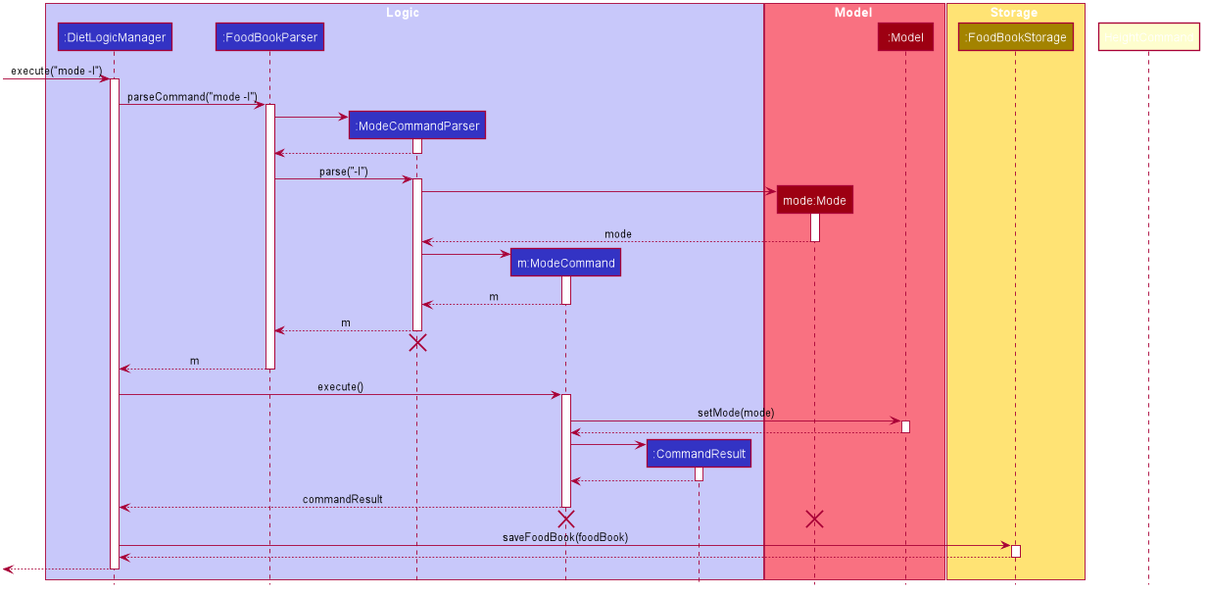
Above: images/DietTrackerModeCommandSequenceDiagram.png in AY1920S2-CS2103T-W13-1/main (PlantUML), before the change.
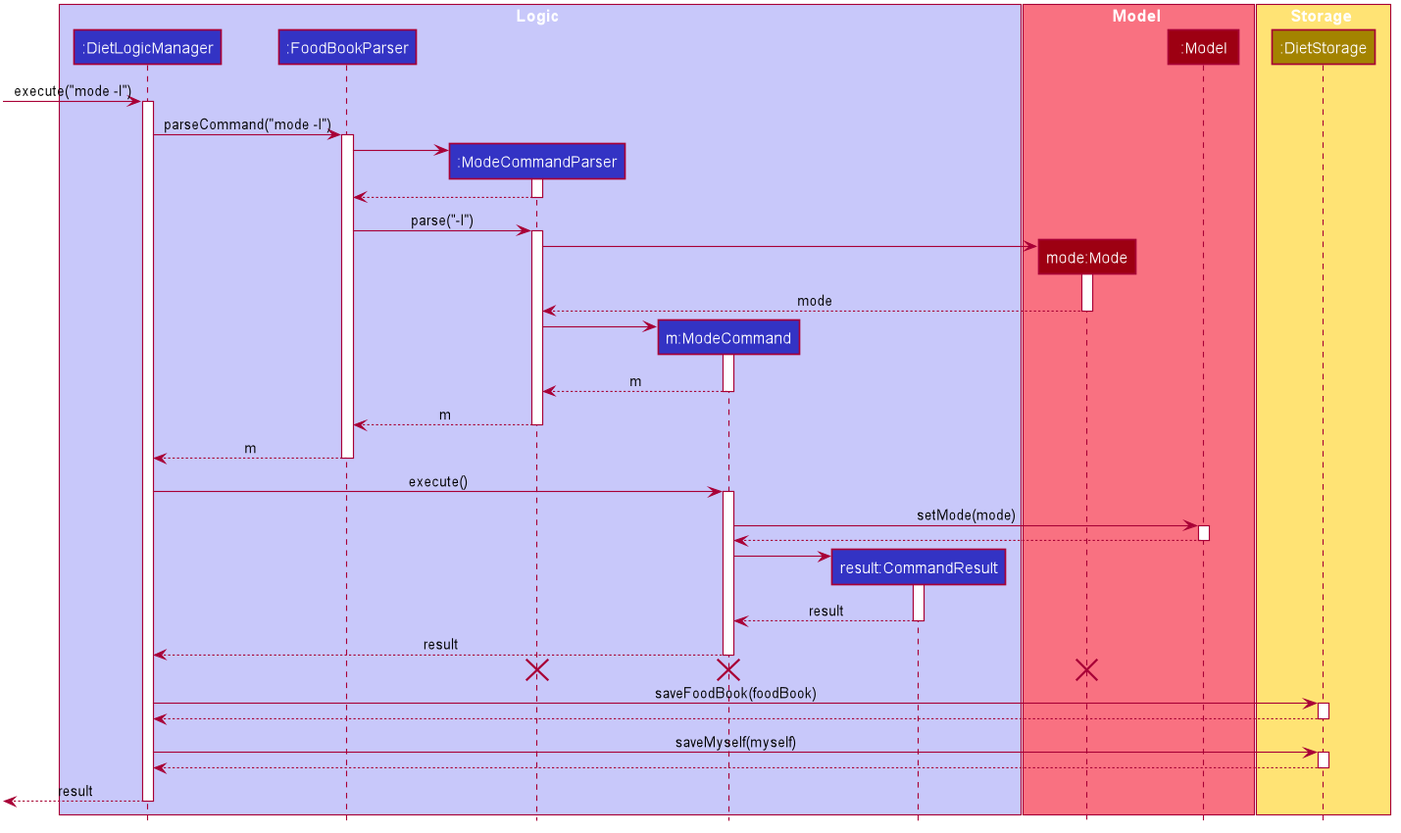
After the change.

The edit, as a diff of the source:
```diff
@@ -54,7 +54,7 @@
 participant ":FoodBookParser" as FoodBookParser #3333C4
 participant ":ModeCommandParser" as ModeCommandParser #3333C4
 participant "m:ModeCommand" as ModeCommand #3333C4
-participant ":CommandResult" as CommandResult #3333C4
+participant "result:CommandResult" as CommandResult #3333C4
 end box
 
 box Model #F97181
@@ -63,7 +63,7 @@
 end box
 
 box Storage #FFE374
-participant ":FoodBookStorage" as FoodBookStorage #A38300
+participant ":DietStorage" as FoodBookStorage #A38300
 end box
 
 [-> LogicManager : execute("mode -l")
@@ -98,8 +98,6 @@
 
 ModeCommandParser --> FoodBookParser : m
 deactivate ModeCommandParser
-ModeCommandParser -[hidden]-> FoodBookParser
-destroy ModeCommandParser
 
 FoodBookParser --> LogicManager : m
 deactivate FoodBookParser
@@ -117,15 +115,16 @@
 ModeCommand -> CommandResult
 activate CommandResult
 
-CommandResult --> ModeCommand
+CommandResult --> ModeCommand : result
 deactivate CommandResult
 
-ModeCommand --> LogicManager : commandResult
+ModeCommand --> LogicManager : result
 deactivate ModeCommand
 
-HeightCommand -[hidden]-> LogicManager
+ModeCommand -[hidden]-> LogicManager
 destroy ModeCommand
 destroy ModeMode
+destroy ModeCommandParser
 
 LogicManager -> FoodBookStorage : saveFoodBook(foodBook)
 activate FoodBookStorage
@@ -133,6 +132,12 @@
 FoodBookStorage --> LogicManager
 deactivate FoodBookStorage
 
-[<--LogicManager
+LogicManager -> FoodBookStorage : saveMyself(myself)
+activate FoodBookStorage
+
+FoodBookStorage --> LogicManager
+deactivate FoodBookStorage
+
+[<--LogicManager : result
 deactivate LogicManager
 @enduml
```
